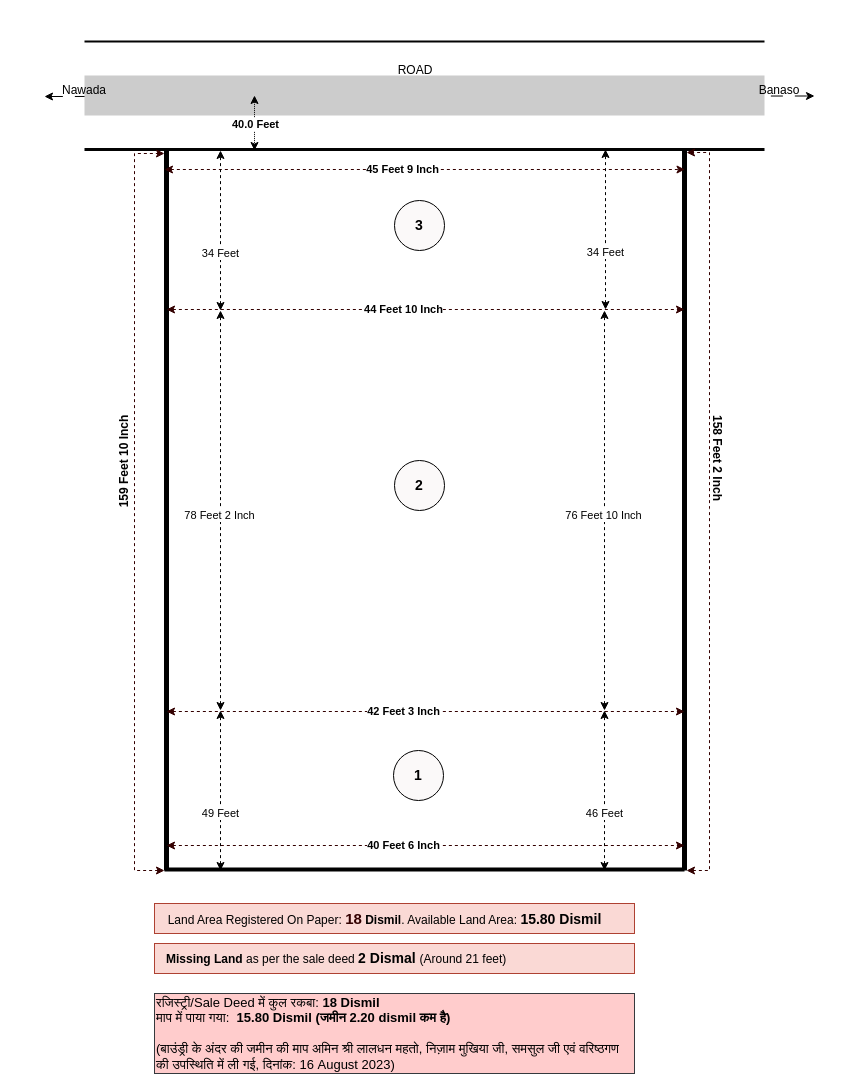
Before: drawing/banaso-land/Untitled Diagram.drawio in javabrown/draw.io, a draw.io diagram. Source tidied: cells renumbered, new cells numbered last; positions are measured from the earlier drawing's top-left corner, leaving out a move shared by most shapes. Both pictures are drawn from the tidied source at 100%, with x=0, y=0 at pixel (44, 41).
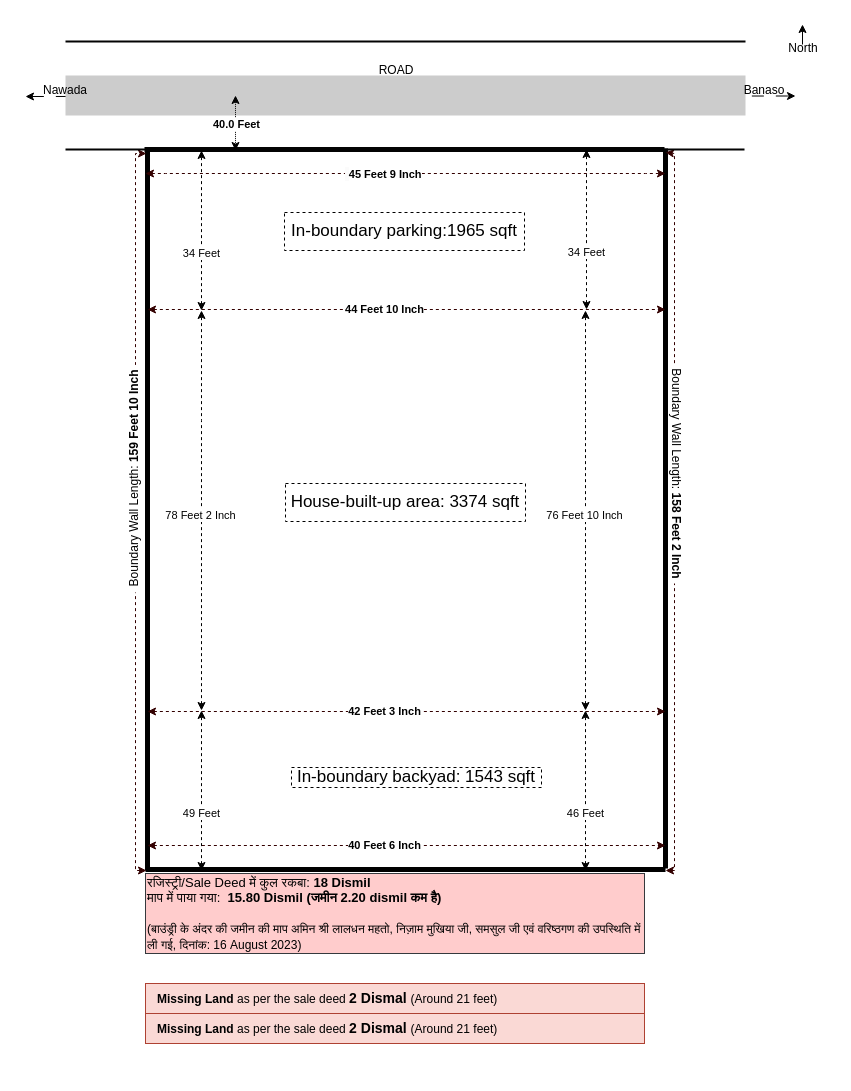
The same page after the edit.

The edit, as a diff of the source:
```diff
@@
     <mxCell id="2" style="endArrow=classic;startArrow=classic;html=1;rounded=0;dashed=1;dashPattern=12 12;strokeWidth=1;strokeColor=default;fontStyle=0;endFill=1;" parent="1" edge="1">
       <mxGeometry relative="1" as="geometry">
-        <mxPoint y="55" as="sourcePoint" />
-        <mxPoint x="770" y="54.5" as="targetPoint" />
+        <mxPoint x="-19" y="55" as="sourcePoint" />
+        <mxPoint x="751" y="54.5" as="targetPoint" />
       </mxGeometry>
     </mxCell>
     <mxCell id="3" style="rounded=0;whiteSpace=wrap;html=1;fillColor=#CCCCCC;strokeColor=none;gradientColor=none;dashed=1;perimeterSpacing=0;" parent="1" vertex="1">
-      <mxGeometry x="40" y="34" width="680" height="40" as="geometry" />
+      <mxGeometry x="21" y="34" width="680" height="40" as="geometry" />
     </mxCell>
     <mxCell id="4" style="endArrow=none;html=1;rounded=0;strokeColor=#030303;strokeWidth=2;" parent="1" edge="1">
       <mxGeometry relative="1" as="geometry">
-        <mxPoint x="40" as="sourcePoint" />
-        <mxPoint x="720" as="targetPoint" />
+        <mxPoint x="21" as="sourcePoint" />
+        <mxPoint x="701" as="targetPoint" />
       </mxGeometry>
     </mxCell>
-    <mxCell id="5" style="endArrow=none;html=1;rounded=0;strokeColor=#030303;strokeWidth=3;" parent="1" edge="1">
+    <mxCell id="5" style="endArrow=none;html=1;rounded=0;strokeColor=#030303;strokeWidth=5;" parent="1" edge="1">
       <mxGeometry relative="1" as="geometry">
-        <mxPoint x="40" y="108" as="sourcePoint" />
-        <mxPoint x="720" y="108" as="targetPoint" />
+        <mxPoint x="100" y="108" as="sourcePoint" />
+        <mxPoint x="620" y="108" as="targetPoint" />
       </mxGeometry>
     </mxCell>
     <mxCell id="6" value="Nawada" style="text;html=1;strokeColor=none;fillColor=none;align=center;verticalAlign=middle;whiteSpace=wrap;rounded=0;fontStyle=0;" parent="1" vertex="1">
-      <mxGeometry x="10" y="34" width="60" height="30" as="geometry" />
+      <mxGeometry x="-9" y="34" width="60" height="30" as="geometry" />
     </mxCell>
     <mxCell id="7" value="Banaso" style="text;html=1;strokeColor=none;fillColor=none;align=center;verticalAlign=middle;whiteSpace=wrap;rounded=0;fontStyle=0;" parent="1" vertex="1">
-      <mxGeometry x="710" y="34" width="50" height="30" as="geometry" />
+      <mxGeometry x="695" y="34" width="50" height="30" as="geometry" />
     </mxCell>
-    <mxCell id="8" style="edgeStyle=orthogonalEdgeStyle;rounded=0;orthogonalLoop=1;jettySize=auto;html=1;exitX=0.5;exitY=1;exitDx=0;exitDy=0;" parent="1" edge="1" source="7" target="7">
-      <mxGeometry relative="1" as="geometry" />
+    <mxCell id="8" style="edgeStyle=orthogonalEdgeStyle;rounded=0;orthogonalLoop=1;jettySize=auto;html=1;exitX=0.5;exitY=1;exitDx=0;exitDy=0;" parent="1" edge="1">
+      <mxGeometry relative="1" as="geometry">
+        <mxPoint x="717" y="64" as="sourcePoint" />
+        <mxPoint x="717" y="64" as="targetPoint" />
+      </mxGeometry>
     </mxCell>
     <mxCell id="9" value="ROAD" style="text;html=1;align=center;verticalAlign=middle;whiteSpace=wrap;rounded=0;fillColor=none;strokeColor=none;" parent="1" vertex="1">
-      <mxGeometry x="341" y="14" width="60" height="30" as="geometry" />
+      <mxGeometry x="322" y="14" width="60" height="30" as="geometry" />
     </mxCell>
@@
     <mxCell id="11" style="endArrow=classic;startArrow=classic;html=1;rounded=0;" parent="1" edge="1" target="3">
       <mxGeometry relative="1" as="geometry">
-        <mxPoint x="40" y="53.5" as="sourcePoint" />
+        <mxPoint x="21" y="53.5" as="sourcePoint" />
       </mxGeometry>
     </mxCell>
     <mxCell id="12" style="endArrow=classic;html=1;rounded=0;startArrow=classic;startFill=1;dashed=1;dashPattern=1 1;" parent="1" edge="1">
       <mxGeometry relative="1" as="geometry">
-        <mxPoint x="210" y="54" as="sourcePoint" />
-        <mxPoint x="210" y="109" as="targetPoint" />
+        <mxPoint x="191" y="54" as="sourcePoint" />
+        <mxPoint x="191" y="109" as="targetPoint" />
       </mxGeometry>
     </mxCell>
@@
     <mxCell id="14" style="endArrow=none;html=1;rounded=0;strokeWidth=5;" parent="1" edge="1">
       <mxGeometry relative="1" as="geometry">
-        <mxPoint x="122" y="829" as="sourcePoint" />
-        <mxPoint x="122" y="109" as="targetPoint" />
+        <mxPoint x="103" y="829" as="sourcePoint" />
+        <mxPoint x="103" y="109" as="targetPoint" />
       </mxGeometry>
     </mxCell>
-    <mxCell id="15" style="endArrow=none;html=1;rounded=0;strokeWidth=5;" parent="1" edge="1">
+    <mxCell id="15" style="endArrow=none;html=1;rounded=1;strokeWidth=5;" parent="1" edge="1">
       <mxGeometry relative="1" as="geometry">
-        <mxPoint x="640" y="829" as="sourcePoint" />
-        <mxPoint x="640" y="109" as="targetPoint" />
+        <mxPoint x="621" y="827" as="sourcePoint" />
+        <mxPoint x="621" y="107" as="targetPoint" />
       </mxGeometry>
     </mxCell>
     <mxCell id="16" style="endArrow=classic;startArrow=classic;html=1;rounded=0;strokeColor=#330000;startFill=1;endFill=1;dashed=1;" parent="1" edge="1">
       <mxGeometry relative="1" as="geometry">
-        <mxPoint x="120" y="128" as="sourcePoint" />
-        <mxPoint x="640.5" y="128" as="targetPoint" />
+        <mxPoint x="101" y="132" as="sourcePoint" />
+        <mxPoint x="621" y="132" as="targetPoint" />
+        <Array as="points">
+          <mxPoint x="121" y="132" />
+          <mxPoint x="170.5" y="132" />
+          <mxPoint x="230.5" y="132" />
+          <mxPoint x="360.5" y="132" />
+          <mxPoint x="490.5" y="132" />
+          <mxPoint x="601" y="132" />
+        </Array>
       </mxGeometry>
     </mxCell>
-    <mxCell id="17" value="45 Feet 9 Inch" style="edgeLabel;html=1;align=center;verticalAlign=middle;fontStyle=1;" parent="16" vertex="1">
-      <mxGeometry x="-0.09" y="1" relative="1" as="geometry" />
+    <mxCell id="17" value="&lt;span style=&quot;border-color: var(--border-color); font-size: 12px; background-color: rgb(251, 251, 251); font-weight: normal;&quot;&gt;&amp;nbsp;&lt;/span&gt;45 Feet 9 Inch" style="edgeLabel;html=1;align=center;verticalAlign=middle;fontStyle=1;" parent="16" vertex="1">
+      <mxGeometry x="-0.09" y="1" relative="1" as="geometry">
+        <mxPoint y="1" as="offset" />
+      </mxGeometry>
     </mxCell>
     <mxCell id="18" style="endArrow=classic;startArrow=classic;html=1;rounded=0;strokeColor=#330000;startFill=1;endFill=1;dashed=1;" parent="1" edge="1">
       <mxGeometry relative="1" as="geometry">
-        <mxPoint x="122" y="268" as="sourcePoint" />
-        <mxPoint x="640" y="268" as="targetPoint" />
+        <mxPoint x="103" y="268" as="sourcePoint" />
+        <mxPoint x="621" y="268" as="targetPoint" />
       </mxGeometry>
     </mxCell>
@@
     <mxCell id="20" style="endArrow=classic;startArrow=classic;html=1;rounded=0;strokeColor=#330000;startFill=1;endFill=1;dashed=1;" parent="1" edge="1">
       <mxGeometry relative="1" as="geometry">
-        <mxPoint x="122" y="670" as="sourcePoint" />
-        <mxPoint x="640" y="670" as="targetPoint" />
+        <mxPoint x="103" y="670" as="sourcePoint" />
+        <mxPoint x="621" y="670" as="targetPoint" />
       </mxGeometry>
     </mxCell>
@@
     <mxCell id="22" style="endArrow=classic;startArrow=classic;html=1;rounded=0;strokeColor=#330000;startFill=1;endFill=1;dashed=1;" parent="1" edge="1">
       <mxGeometry relative="1" as="geometry">
-        <mxPoint x="122" y="804" as="sourcePoint" />
-        <mxPoint x="640" y="804" as="targetPoint" />
+        <mxPoint x="103" y="804" as="sourcePoint" />
+        <mxPoint x="621" y="804" as="targetPoint" />
       </mxGeometry>
     </mxCell>
@@
-    <mxCell id="24" style="endArrow=none;html=1;rounded=0;strokeWidth=4;" parent="1" edge="1">
+    <mxCell id="24" style="endArrow=none;html=1;rounded=0;strokeWidth=5;" parent="1" edge="1">
       <mxGeometry relative="1" as="geometry">
-        <mxPoint x="120" y="828" as="sourcePoint" />
-        <mxPoint x="640" y="828" as="targetPoint" />
+        <mxPoint x="101" y="828" as="sourcePoint" />
+        <mxPoint x="621" y="828" as="targetPoint" />
       </mxGeometry>
     </mxCell>
-    <mxCell id="25" value="&lt;h3&gt;1&lt;/h3&gt;" style="ellipse;whiteSpace=wrap;html=1;strokeColor=#000000;gradientColor=none;fillColor=#fbf9f9;" parent="1" vertex="1">
-      <mxGeometry x="349" y="709" width="50" height="50" as="geometry" />
-    </mxCell>
-    <mxCell id="26" value="&lt;h3&gt;2&lt;/h3&gt;" style="ellipse;whiteSpace=wrap;html=1;strokeColor=#000000;gradientColor=none;fillColor=#fbf9f9;" parent="1" vertex="1">
-      <mxGeometry x="350" y="419" width="50" height="50" as="geometry" />
-    </mxCell>
-    <mxCell id="27" value="&lt;h3&gt;3&lt;/h3&gt;" style="ellipse;whiteSpace=wrap;html=1;strokeColor=#000000;gradientColor=none;fillColor=#fbf9f9;" parent="1" vertex="1">
-      <mxGeometry x="350" y="159" width="50" height="50" as="geometry" />
-    </mxCell>
     <mxCell id="28" style="endArrow=classic;startArrow=classic;html=1;rounded=0;strokeColor=#330000;dashed=1;" parent="1" edge="1">
       <mxGeometry relative="1" as="geometry">
-        <mxPoint x="120" y="829" as="sourcePoint" />
-        <mxPoint x="120" y="112" as="targetPoint" />
+        <mxPoint x="102" y="829" as="sourcePoint" />
+        <mxPoint x="102" y="112" as="targetPoint" />
         <Array as="points">
-          <mxPoint x="90" y="829" />
-          <mxPoint x="90" y="112" />
+          <mxPoint x="91" y="829" />
+          <mxPoint x="91" y="112" />
         </Array>
       </mxGeometry>
     </mxCell>
-    <mxCell id="29" value="159 Feet 10 Inch" style="text;html=1;strokeColor=none;fillColor=none;align=center;verticalAlign=middle;whiteSpace=wrap;rounded=0;rotation=-90;fontStyle=1;" parent="1" vertex="1">
-      <mxGeometry x="30" y="405" width="100" height="30" as="geometry" />
+    <mxCell id="29" value="&lt;span style=&quot;font-weight: 400;&quot;&gt;Boundary&lt;/span&gt;&lt;span style=&quot;font-weight: normal;&quot;&gt;&amp;nbsp;Wall Length: &lt;/span&gt;159 Feet 10 Inch" style="text;html=1;strokeColor=none;fillColor=default;align=center;verticalAlign=middle;whiteSpace=wrap;rounded=0;rotation=-90;fontStyle=1;" parent="1" vertex="1">
+      <mxGeometry x="-24.1" y="433.5" width="227.6" height="7.4" as="geometry" />
     </mxCell>
     <mxCell id="30" style="endArrow=classic;startArrow=classic;html=1;rounded=0;dashed=1;" parent="1" edge="1">
       <mxGeometry relative="1" as="geometry">
-        <mxPoint x="176" y="269" as="sourcePoint" />
-        <mxPoint x="176" y="109" as="targetPoint" />
+        <mxPoint x="157" y="269" as="sourcePoint" />
+        <mxPoint x="157" y="109" as="targetPoint" />
       </mxGeometry>
     </mxCell>
@@
     <mxCell id="32" style="endArrow=classic;startArrow=classic;html=1;rounded=0;dashed=1;" parent="1" edge="1">
       <mxGeometry relative="1" as="geometry">
-        <mxPoint x="561" y="268" as="sourcePoint" />
-        <mxPoint x="561" y="108" as="targetPoint" />
+        <mxPoint x="542" y="268" as="sourcePoint" />
+        <mxPoint x="542" y="108" as="targetPoint" />
       </mxGeometry>
     </mxCell>
@@
     <mxCell id="34" style="endArrow=classic;startArrow=classic;html=1;rounded=0;dashed=1;strokeColor=#000000;" parent="1" edge="1">
       <mxGeometry relative="1" as="geometry">
-        <mxPoint x="176" y="669" as="sourcePoint" />
-        <mxPoint x="176" y="269" as="targetPoint" />
+        <mxPoint x="157" y="669" as="sourcePoint" />
+        <mxPoint x="157" y="269" as="targetPoint" />
         <Array as="points">
-          <mxPoint x="176" y="379" />
+          <mxPoint x="157" y="379" />
         </Array>
       </mxGeometry>
     </mxCell>
@@
     <mxCell id="36" style="endArrow=classic;startArrow=classic;html=1;rounded=0;dashed=1;strokeColor=#000000;" parent="1" edge="1">
       <mxGeometry relative="1" as="geometry">
-        <mxPoint x="560" y="669" as="sourcePoint" />
-        <mxPoint x="560" y="269" as="targetPoint" />
+        <mxPoint x="541" y="669" as="sourcePoint" />
+        <mxPoint x="541" y="269" as="targetPoint" />
         <Array as="points">
-          <mxPoint x="560" y="379" />
+          <mxPoint x="541" y="379" />
         </Array>
       </mxGeometry>
     </mxCell>
@@
     <mxCell id="38" style="endArrow=classic;startArrow=classic;html=1;rounded=0;dashed=1;" parent="1" edge="1">
       <mxGeometry relative="1" as="geometry">
-        <mxPoint x="176" y="829" as="sourcePoint" />
-        <mxPoint x="176" y="669" as="targetPoint" />
+        <mxPoint x="157" y="829" as="sourcePoint" />
+        <mxPoint x="157" y="669" as="targetPoint" />
       </mxGeometry>
     </mxCell>
@@
     <mxCell id="40" style="endArrow=classic;startArrow=classic;html=1;rounded=0;dashed=1;" parent="1" edge="1">
       <mxGeometry relative="1" as="geometry">
-        <mxPoint x="560" y="829" as="sourcePoint" />
-        <mxPoint x="560" y="669" as="targetPoint" />
+        <mxPoint x="541" y="829" as="sourcePoint" />
+        <mxPoint x="541" y="669" as="targetPoint" />
       </mxGeometry>
     </mxCell>
@@
     <mxCell id="42" style="endArrow=classic;startArrow=classic;html=1;rounded=0;strokeColor=#330000;dashed=1;" parent="1" edge="1">
       <mxGeometry relative="1" as="geometry">
-        <mxPoint x="642" y="829" as="sourcePoint" />
-        <mxPoint x="642" y="111" as="targetPoint" />
+        <mxPoint x="621" y="829" as="sourcePoint" />
+        <mxPoint x="621" y="111" as="targetPoint" />
         <Array as="points">
-          <mxPoint x="665" y="829" />
-          <mxPoint x="665" y="467" />
-          <mxPoint x="665" y="111" />
+          <mxPoint x="630" y="829" />
+          <mxPoint x="630" y="112" />
         </Array>
       </mxGeometry>
     </mxCell>
-    <mxCell id="43" value="158 Feet 2 Inch" style="text;html=1;strokeColor=none;fillColor=none;align=center;verticalAlign=middle;whiteSpace=wrap;rounded=0;rotation=90;fontStyle=1;" parent="1" vertex="1">
-      <mxGeometry x="623" y="402" width="100" height="30" as="geometry" />
+    <mxCell id="43" value="&lt;span style=&quot;font-weight: normal;&quot;&gt;Boundary Wall Length:&lt;/span&gt; 158 Feet 2 Inch" style="text;html=1;strokeColor=none;fillColor=default;align=center;verticalAlign=middle;whiteSpace=wrap;rounded=0;rotation=90;fontStyle=1;" parent="1" vertex="1">
+      <mxGeometry x="521.7" y="428.4" width="219.4" height="7.8" as="geometry" />
     </mxCell>
     <mxCell id="44" value="&amp;nbsp; &amp;nbsp;&lt;b&gt;Missing Land&lt;/b&gt; as per the sale deed &lt;b&gt;&lt;font style=&quot;font-size: 14px;&quot;&gt;2 Dismal &lt;/font&gt;&lt;/b&gt;(Around 21 feet)" style="text;whiteSpace=wrap;html=1;fillColor=#fad9d5;strokeColor=#ae4132;" parent="1" vertex="1">
-      <mxGeometry x="110" y="902" width="480" height="30" as="geometry" />
+      <mxGeometry x="101" y="972" width="499" height="30" as="geometry" />
     </mxCell>
-    <mxCell id="45" value="Land Area Registered On Paper: &lt;b&gt;&lt;font color=&quot;#330000&quot; style=&quot;font-size: 15px;&quot;&gt;18&lt;/font&gt;&lt;/b&gt; &lt;b&gt;Dismil&lt;/b&gt;. Available Land Area: &lt;font size=&quot;1&quot; style=&quot;&quot;&gt;&lt;b style=&quot;font-size: 14px;&quot;&gt;15.80 Dismil&lt;/b&gt;&lt;/font&gt;&amp;nbsp; &amp;nbsp; &amp;nbsp;&amp;nbsp;" style="text;html=1;align=center;verticalAlign=middle;strokeColor=#ae4132;fillColor=#fad9d5;" parent="1" vertex="1">
-      <mxGeometry x="110" y="862" width="480" height="30" as="geometry" />
-    </mxCell>
-    <mxCell id="46" value="&lt;span style=&quot;background-color: initial;&quot;&gt;रजिस्ट्री/Sale Deed में कुल रकबा: &lt;/span&gt;&lt;b style=&quot;background-color: initial;&quot;&gt;18 Dismil&lt;/b&gt;&lt;span style=&quot;background-color: initial;&quot;&gt;&amp;nbsp; &amp;nbsp; &amp;nbsp; &amp;nbsp;&lt;/span&gt;&lt;br&gt;&lt;span style=&quot;background-color: initial;&quot;&gt;माप में पाया गया:&amp;nbsp; &lt;/span&gt;&lt;b style=&quot;background-color: initial;&quot;&gt;15.80&amp;nbsp;&lt;/b&gt;&lt;b style=&quot;background-color: initial;&quot;&gt;Dismil&lt;/b&gt;&lt;b style=&quot;background-color: initial;&quot;&gt;&amp;nbsp;(&lt;/b&gt;&lt;b&gt;जमीन 2.20 dismil कम है)&lt;/b&gt;&lt;br&gt;&lt;br&gt;&lt;div style=&quot;font-size: 13px;&quot;&gt;(बाउंड्री के अंदर की जमीन की माप अमिन श्री लालधन महतो, निज़ाम मुखिया जी, समसुल जी एवं वरिष्ठगण की उपस्थिति में ली गई, दिनांक: 16 August 2023)&lt;/div&gt;" style="text;html=1;align=left;verticalAlign=middle;whiteSpace=wrap;rounded=0;strokeColor=#36393d;fillColor=#ffcccc;fontSize=13;" parent="1" vertex="1">
-      <mxGeometry x="110" y="952" width="480" height="80" as="geometry" />
+    <mxCell id="46" value="&lt;span style=&quot;background-color: initial;&quot;&gt;रजिस्ट्री/Sale Deed में कुल रकबा: &lt;/span&gt;&lt;b style=&quot;background-color: initial;&quot;&gt;18 Dismil&lt;/b&gt;&lt;span style=&quot;background-color: initial;&quot;&gt;&amp;nbsp; &amp;nbsp; &amp;nbsp; &amp;nbsp;&lt;/span&gt;&lt;br&gt;&lt;span style=&quot;background-color: initial;&quot;&gt;माप में पाया गया:&amp;nbsp; &lt;/span&gt;&lt;b style=&quot;background-color: initial;&quot;&gt;15.80&amp;nbsp;&lt;/b&gt;&lt;b style=&quot;background-color: initial;&quot;&gt;Dismil&lt;/b&gt;&lt;b style=&quot;background-color: initial;&quot;&gt;&amp;nbsp;(&lt;/b&gt;&lt;b&gt;जमीन 2.20 dismil कम है)&lt;/b&gt;&lt;br&gt;&lt;br&gt;&lt;div style=&quot;&quot;&gt;&lt;font style=&quot;font-size: 12px;&quot;&gt;(बाउंड्री के अंदर की जमीन की माप अमिन श्री लालधन महतो, निज़ाम मुखिया जी, समसुल जी एवं वरिष्ठगण की उपस्थिति में ली गई, दिनांक: 16 August 2023)&lt;/font&gt;&lt;/div&gt;" style="text;html=1;align=left;verticalAlign=middle;whiteSpace=wrap;rounded=0;strokeColor=#36393d;fillColor=#ffcccc;fontSize=13;" parent="1" vertex="1">
+      <mxGeometry x="101" y="832" width="499" height="80" as="geometry" />
     </mxCell>
+    <mxCell id="47" value="In-boundary parking:1965 sqft" style="text;html=1;strokeColor=default;fillColor=none;align=center;verticalAlign=middle;whiteSpace=wrap;rounded=0;strokeWidth=1;fontSize=17;labelBorderColor=none;dashed=1;" parent="1" vertex="1">
+      <mxGeometry x="240" y="171" width="240" height="38" as="geometry" />
+    </mxCell>
+    <mxCell id="48" style="endArrow=classic;html=1;rounded=0;" parent="1" edge="1">
+      <mxGeometry relative="1" as="geometry">
+        <mxPoint x="758" y="3" as="sourcePoint" />
+        <mxPoint x="758" y="-17" as="targetPoint" />
+      </mxGeometry>
+    </mxCell>
+    <mxCell id="49" value="North" style="text;html=1;strokeColor=none;fillColor=none;align=center;verticalAlign=middle;whiteSpace=wrap;rounded=0;" parent="1" vertex="1">
+      <mxGeometry x="729" y="-3" width="60" height="20" as="geometry" />
+    </mxCell>
+    <mxCell id="50" value="In-boundary backyad: 1543 sqft" style="text;html=1;strokeColor=default;fillColor=none;align=center;verticalAlign=middle;whiteSpace=wrap;rounded=0;strokeWidth=1;fontSize=17;labelBorderColor=none;dashed=1;" parent="1" vertex="1">
+      <mxGeometry x="247" y="726" width="250" height="20" as="geometry" />
+    </mxCell>
+    <mxCell id="51" value="House-built-up area: 3374 sqft" style="text;html=1;strokeColor=default;fillColor=none;align=center;verticalAlign=middle;whiteSpace=wrap;rounded=0;strokeWidth=1;fontSize=17;labelBorderColor=none;dashed=1;" parent="1" vertex="1">
+      <mxGeometry x="241" y="442" width="240" height="38" as="geometry" />
+    </mxCell>
+    <mxCell id="52" style="endArrow=none;html=1;strokeColor=#030303;strokeWidth=2;curved=1;" parent="1" edge="1">
+      <mxGeometry relative="1" as="geometry">
+        <mxPoint x="570" y="108" as="sourcePoint" />
+        <mxPoint x="700" y="108" as="targetPoint" />
+      </mxGeometry>
+    </mxCell>
+    <mxCell id="53" style="endArrow=none;html=1;rounded=0;strokeColor=#030303;strokeWidth=2;" parent="1" edge="1">
+      <mxGeometry relative="1" as="geometry">
+        <mxPoint x="21" y="108" as="sourcePoint" />
+        <mxPoint x="111" y="108" as="targetPoint" />
+      </mxGeometry>
+    </mxCell>
+    <mxCell id="54" value="&amp;nbsp; &amp;nbsp;&lt;b&gt;Missing Land&lt;/b&gt; as per the sale deed &lt;b&gt;&lt;font style=&quot;font-size: 14px;&quot;&gt;2 Dismal &lt;/font&gt;&lt;/b&gt;(Around 21 feet)" style="text;whiteSpace=wrap;html=1;fillColor=#fad9d5;strokeColor=#ae4132;" parent="1" vertex="1">
+      <mxGeometry x="101" y="942" width="499" height="30" as="geometry" />
+    </mxCell>
```
